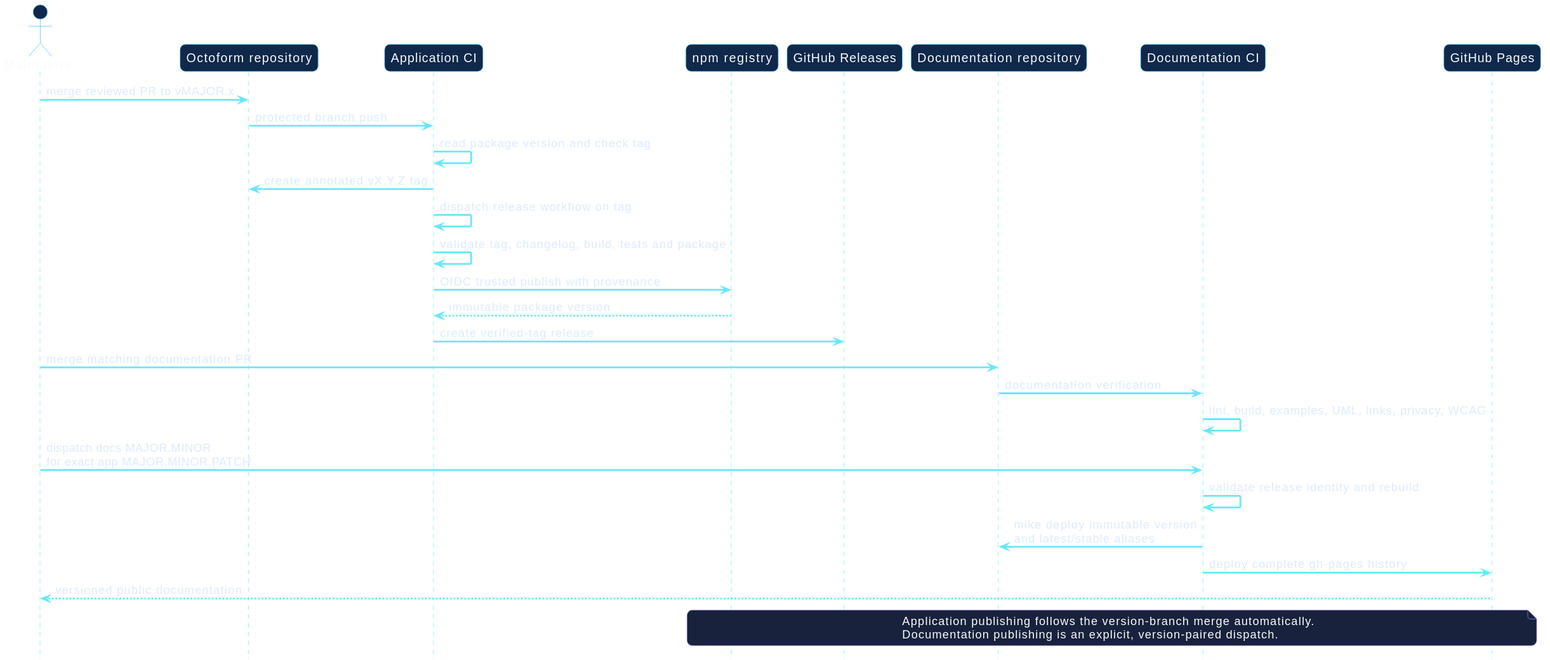
The PlantUML diagram docs/assets/diagrams/release-pipelines.svg in hector-ae21/octoform-docs, before a commit.
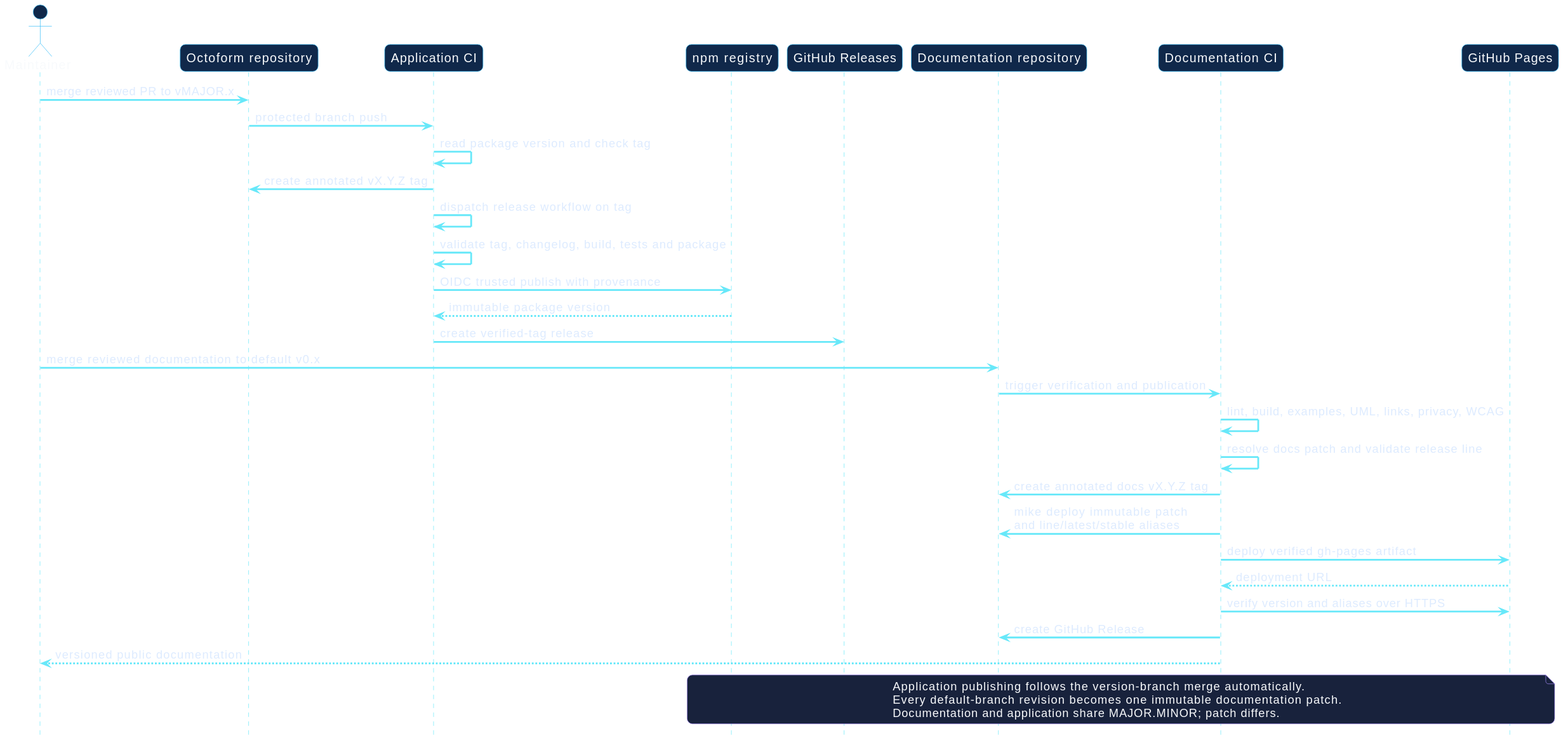
After the commit.

What changed in the source:
```diff
@@ -21,17 +21,21 @@
 NPM --> AppCI : immutable package version
 AppCI -> Releases : create verified-tag release
 
-Maintainer -> DocsRepo : merge matching documentation PR
-DocsRepo -> DocsCI : documentation verification
+Maintainer -> DocsRepo : merge reviewed documentation to default v0.x
+DocsRepo -> DocsCI : trigger verification and publication
 DocsCI -> DocsCI : lint, build, examples, UML, links, privacy, WCAG
-Maintainer -> DocsCI : dispatch docs MAJOR.MINOR\nfor exact app MAJOR.MINOR.PATCH
-DocsCI -> DocsCI : validate release identity and rebuild
-DocsCI -> DocsRepo : mike deploy immutable version\nand latest/stable aliases
-DocsCI -> Pages : deploy complete gh-pages history
-Pages --> Maintainer : versioned public documentation
+DocsCI -> DocsCI : resolve docs patch and validate release line
+DocsCI -> DocsRepo : create annotated docs vX.Y.Z tag
+DocsCI -> DocsRepo : mike deploy immutable patch\nand line/latest/stable aliases
+DocsCI -> Pages : deploy verified gh-pages artifact
+Pages --> DocsCI : deployment URL
+DocsCI -> Pages : verify version and aliases over HTTPS
+DocsCI -> DocsRepo : create GitHub Release
+DocsCI --> Maintainer : versioned public documentation
 
 note over NPM, Pages
   Application publishing follows the version-branch merge automatically.
-  Documentation publishing is an explicit, version-paired dispatch.
+  Every default-branch revision becomes one immutable documentation patch.
+  Documentation and application share MAJOR.MINOR; patch differs.
 end note
 @enduml
```
